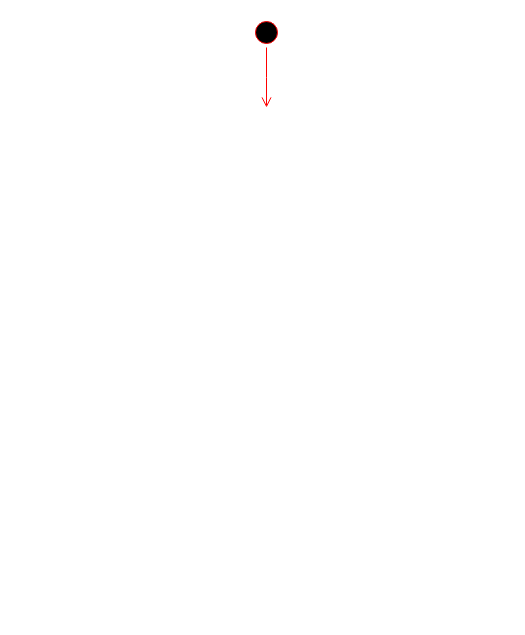
This is Producto.drawio from mateo1761/viernes11, a draw.io file, before an edit. Source tidied: cells renumbered, new cells numbered last; positions are measured from the earlier drawing's top-left corner, leaving out a move shared by most shapes. Both pictures are drawn from the tidied source at 100%, with x=0, y=0 at pixel (251, 17).
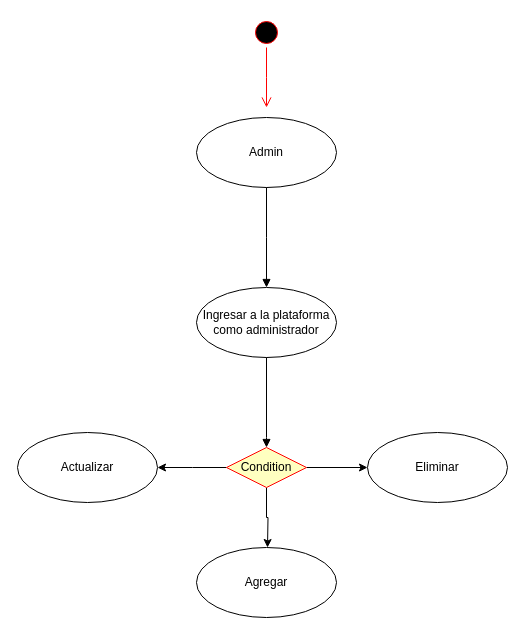
The same page after the edit.

What changed in the source:
```diff
@@
 <mxGraphModel>
   <root>
     <mxCell id="0" />
     <mxCell id="1" parent="0" />
     <mxCell id="2" style="ellipse;html=1;shape=startState;fillColor=#000000;strokeColor=#ff0000;" parent="1" vertex="1">
       <mxGeometry width="30" height="30" as="geometry" />
     </mxCell>
     <mxCell id="3" style="edgeStyle=orthogonalEdgeStyle;html=1;verticalAlign=bottom;endArrow=open;endSize=8;strokeColor=#ff0000;rounded=0;" parent="1" edge="1" source="2">
       <mxGeometry relative="1" as="geometry">
         <mxPoint x="15" y="90" as="targetPoint" />
       </mxGeometry>
     </mxCell>
+    <mxCell id="4" value="Admin" style="ellipse;whiteSpace=wrap;html=1;" parent="1" vertex="1">
+      <mxGeometry x="-55" y="100" width="140" height="70" as="geometry" />
+    </mxCell>
+    <mxCell id="5" value="&lt;br&gt;" style="html=1;verticalAlign=bottom;endArrow=block;rounded=0;edgeStyle=orthogonalEdgeStyle;exitX=0.5;exitY=1;exitDx=0;exitDy=0;" parent="1" edge="1" source="4">
+      <mxGeometry relative="1" as="geometry">
+        <mxPoint x="15" y="270" as="targetPoint" />
+      </mxGeometry>
+    </mxCell>
+    <mxCell id="6" value="Ingresar a la plataforma como administrador" style="ellipse;whiteSpace=wrap;html=1;" parent="1" vertex="1">
+      <mxGeometry x="-55" y="270" width="140" height="70" as="geometry" />
+    </mxCell>
+    <mxCell id="7" value="&lt;br&gt;" style="html=1;verticalAlign=bottom;endArrow=block;rounded=0;edgeStyle=orthogonalEdgeStyle;exitX=0.5;exitY=1;exitDx=0;exitDy=0;" parent="1" edge="1" source="6">
+      <mxGeometry relative="1" as="geometry">
+        <mxPoint x="15" y="430" as="targetPoint" />
+        <Array as="points">
+          <mxPoint x="15" y="420" />
+        </Array>
+      </mxGeometry>
+    </mxCell>
+    <mxCell id="8" style="edgeStyle=orthogonalEdgeStyle;rounded=0;jettySize=auto;html=1;exitX=0;exitY=0.5;exitDx=0;exitDy=0;" parent="1" edge="1" source="11">
+      <mxGeometry relative="1" as="geometry">
+        <mxPoint x="-94" y="450" as="targetPoint" />
+      </mxGeometry>
+    </mxCell>
+    <mxCell id="9" style="edgeStyle=orthogonalEdgeStyle;rounded=0;jettySize=auto;html=1;exitX=1;exitY=0.5;exitDx=0;exitDy=0;" parent="1" edge="1" source="11">
+      <mxGeometry relative="1" as="geometry">
+        <mxPoint x="116" y="450" as="targetPoint" />
+      </mxGeometry>
+    </mxCell>
+    <mxCell id="10" style="edgeStyle=orthogonalEdgeStyle;rounded=0;jettySize=auto;html=1;exitX=0.5;exitY=1;exitDx=0;exitDy=0;" parent="1" edge="1" source="11">
+      <mxGeometry relative="1" as="geometry">
+        <mxPoint x="16" y="530" as="targetPoint" />
+      </mxGeometry>
+    </mxCell>
+    <mxCell id="11" value="Condition" style="rhombus;whiteSpace=wrap;html=1;fillColor=#ffffc0;strokeColor=#ff0000;" parent="1" vertex="1">
+      <mxGeometry x="-25" y="430" width="80" height="40" as="geometry" />
+    </mxCell>
+    <mxCell id="12" value="Eliminar" style="ellipse;whiteSpace=wrap;html=1;" parent="1" vertex="1">
+      <mxGeometry x="116" y="415" width="140" height="70" as="geometry" />
+    </mxCell>
+    <mxCell id="13" value="Agregar" style="ellipse;whiteSpace=wrap;html=1;" parent="1" vertex="1">
+      <mxGeometry x="-55" y="530" width="140" height="70" as="geometry" />
+    </mxCell>
+    <mxCell id="14" value="Actualizar" style="ellipse;whiteSpace=wrap;html=1;" parent="1" vertex="1">
+      <mxGeometry x="-234" y="415" width="140" height="70" as="geometry" />
+    </mxCell>
   </root>
 </mxGraphModel>
```
